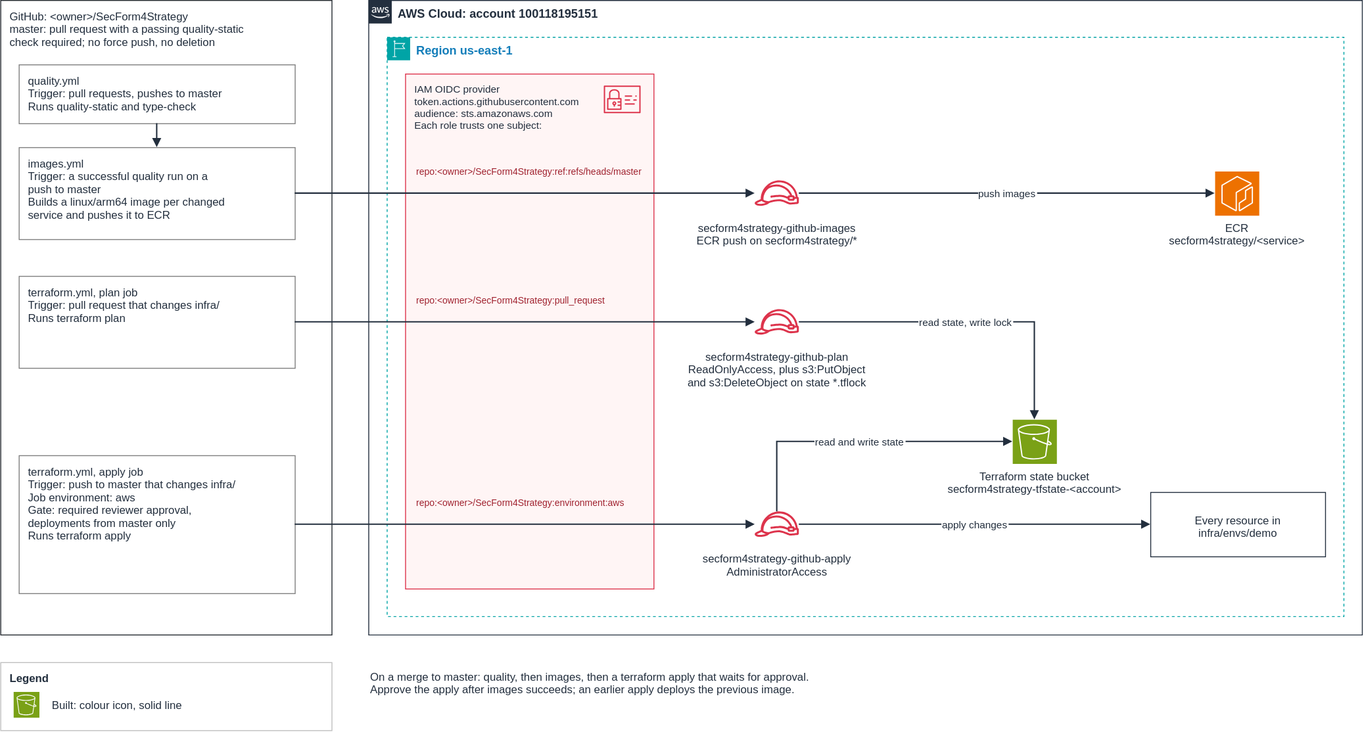
Earlier version of the draw.io export docs/diagrams/aws-ci-cd.drawio.svg (josemita87/SecForm4Strategy). Source tidied: cells renumbered, new cells last; positions are measured from the earlier drawing's top-left corner, leaving out a move shared by most shapes. Its diagram source:
```xml
<mxGraphModel background="#ffffff">
  <root>
    <mxCell id="0" />
    <mxCell id="1" parent="0" />
    <mxCell id="2" value="GitHub: &lt;owner&gt;/SecForm4Strategy&#10;master: pull request with a passing quality-static&#10;check required; no force push, no deletion" style="rounded=0;arcSize=6;html=0;fillColor=none;strokeColor=#24292F;fontColor=#232F3E;fontSize=12;fontStyle=0;verticalAlign=top;align=left;spacingLeft=8;spacingTop=4;spacingRight=8;" parent="1" vertex="1">
      <mxGeometry width="360" height="690" as="geometry" />
    </mxCell>
    <mxCell id="3" value="images.yml&#10;Trigger: a successful quality run on a&#10;push to master&#10;Builds a linux/arm64 image per changed&#10;service and pushes it to ECR" style="rounded=0;arcSize=6;html=0;fillColor=#FFFFFF;strokeColor=#7F7F7F;fontColor=#232F3E;fontSize=12;fontStyle=0;verticalAlign=top;align=left;spacingLeft=8;spacingTop=4;spacingRight=8;" parent="1" vertex="1">
      <mxGeometry x="20" y="160" width="300" height="100" as="geometry" />
    </mxCell>
    <mxCell id="4" value="terraform.yml, plan job&#10;Trigger: pull request that changes infra/&#10;Runs terraform plan" style="rounded=0;arcSize=6;html=0;fillColor=#FFFFFF;strokeColor=#7F7F7F;fontColor=#232F3E;fontSize=12;fontStyle=0;verticalAlign=top;align=left;spacingLeft=8;spacingTop=4;spacingRight=8;" parent="1" vertex="1">
      <mxGeometry x="20" y="300" width="300" height="100" as="geometry" />
    </mxCell>
    <mxCell id="5" value="terraform.yml, apply job&#10;Trigger: push to master that changes infra/&#10;Job environment: aws&#10;Gate: required reviewer approval,&#10;deployments from master only&#10;Runs terraform apply" style="rounded=0;arcSize=6;html=0;fillColor=#FFFFFF;strokeColor=#7F7F7F;fontColor=#232F3E;fontSize=12;fontStyle=0;verticalAlign=top;align=left;spacingLeft=8;spacingTop=4;spacingRight=8;" parent="1" vertex="1">
      <mxGeometry x="20" y="495" width="300" height="150" as="geometry" />
    </mxCell>
    <mxCell id="6" value="AWS Cloud: account 100118195151" style="gradientColor=none;html=0;fontSize=13;fontStyle=1;shape=mxgraph.aws4.group;verticalAlign=top;align=left;spacingLeft=30;grIcon=mxgraph.aws4.group_aws_cloud_alt;strokeColor=#232F3E;fillColor=none;fontColor=#232F3E;dashed=0;" parent="1" vertex="1">
      <mxGeometry x="400" width="1080" height="690" as="geometry" />
    </mxCell>
    <mxCell id="7" value="Region us-east-1" style="gradientColor=none;html=0;fontSize=13;fontStyle=1;shape=mxgraph.aws4.group;verticalAlign=top;align=left;spacingLeft=30;grIcon=mxgraph.aws4.group_region;strokeColor=#00A4A6;fillColor=none;fontColor=#147EBA;dashed=1;" parent="1" vertex="1">
      <mxGeometry x="420" y="40" width="1040" height="630" as="geometry" />
    </mxCell>
    <mxCell id="8" value="IAM OIDC provider&#10;token.actions.githubusercontent.com&#10;audience: sts.amazonaws.com&#10;Each role trusts one subject:" style="rounded=0;arcSize=6;html=0;fillColor=#FFF5F5;strokeColor=#DD344C;fontColor=#232F3E;fontSize=11;fontStyle=0;verticalAlign=top;align=left;spacingLeft=8;spacingTop=4;spacingRight=8;" parent="1" vertex="1">
      <mxGeometry x="440" y="80" width="270" height="560" as="geometry" />
    </mxCell>
    <mxCell id="9" style="fontColor=#232F3E;gradientColor=none;fillColor=#DD344C;strokeColor=none;dashed=0;verticalLabelPosition=bottom;verticalAlign=top;align=center;html=0;fontSize=12;fontStyle=0;shape=mxgraph.aws4.identity_and_access_management;" parent="1" vertex="1">
      <mxGeometry x="656" y="88" width="40" height="40" as="geometry" />
    </mxCell>
    <mxCell id="10" value="secform4strategy-github-images&#10;ECR push on secform4strategy/*" style="outlineConnect=0;fontColor=#232F3E;gradientColor=none;fillColor=#DD344C;strokeColor=none;dashed=0;verticalLabelPosition=bottom;verticalAlign=top;align=center;html=0;fontSize=12;fontStyle=0;shape=mxgraph.aws4.role;" parent="1" vertex="1">
      <mxGeometry x="820" y="186" width="48" height="48" as="geometry" />
    </mxCell>
    <mxCell id="11" value="secform4strategy-github-plan&#10;ReadOnlyAccess, plus s3:PutObject&#10;and s3:DeleteObject on state *.tflock" style="outlineConnect=0;fontColor=#232F3E;gradientColor=none;fillColor=#DD344C;strokeColor=none;dashed=0;verticalLabelPosition=bottom;verticalAlign=top;align=center;html=0;fontSize=12;fontStyle=0;shape=mxgraph.aws4.role;" parent="1" vertex="1">
      <mxGeometry x="820" y="326" width="48" height="48" as="geometry" />
    </mxCell>
    <mxCell id="12" value="secform4strategy-github-apply&#10;AdministratorAccess" style="outlineConnect=0;fontColor=#232F3E;gradientColor=none;fillColor=#DD344C;strokeColor=none;dashed=0;verticalLabelPosition=bottom;verticalAlign=top;align=center;html=0;fontSize=12;fontStyle=0;shape=mxgraph.aws4.role;" parent="1" vertex="1">
      <mxGeometry x="820" y="546" width="48" height="48" as="geometry" />
    </mxCell>
    <mxCell id="13" style="edgeStyle=orthogonalEdgeStyle;rounded=0;html=0;endArrow=block;endFill=1;strokeWidth=1.5;strokeColor=#232F3E;fontColor=#232F3E;fontSize=11;labelBackgroundColor=#ffffff;exitX=1;exitY=0.5;exitDx=0;exitDy=0;entryX=0;entryY=0.5;entryDx=0;entryDy=0;" parent="1" edge="1" source="3" target="10">
      <mxGeometry relative="1" as="geometry" />
    </mxCell>
    <mxCell id="14" value="repo:&lt;owner&gt;/SecForm4Strategy:ref:refs/heads/master" style="text;html=0;strokeColor=none;fillColor=none;align=left;verticalAlign=middle;fontSize=10;fontColor=#A0222F;fontStyle=0;" parent="1" vertex="1">
      <mxGeometry x="450" y="168" width="250" height="36" as="geometry" />
    </mxCell>
    <mxCell id="15" style="edgeStyle=orthogonalEdgeStyle;rounded=0;html=0;endArrow=block;endFill=1;strokeWidth=1.5;strokeColor=#232F3E;fontColor=#232F3E;fontSize=11;labelBackgroundColor=#ffffff;exitX=1;exitY=0.5;exitDx=0;exitDy=0;entryX=0;entryY=0.5;entryDx=0;entryDy=0;" parent="1" edge="1" source="4" target="11">
      <mxGeometry relative="1" as="geometry" />
    </mxCell>
    <mxCell id="16" value="repo:&lt;owner&gt;/SecForm4Strategy:pull_request" style="text;html=0;strokeColor=none;fillColor=none;align=left;verticalAlign=middle;fontSize=10;fontColor=#A0222F;fontStyle=0;" parent="1" vertex="1">
      <mxGeometry x="450" y="308" width="250" height="36" as="geometry" />
    </mxCell>
    <mxCell id="17" style="edgeStyle=orthogonalEdgeStyle;rounded=0;html=0;endArrow=block;endFill=1;strokeWidth=1.5;strokeColor=#232F3E;fontColor=#232F3E;fontSize=11;labelBackgroundColor=#ffffff;exitX=1;exitY=0.5;exitDx=0;exitDy=0;entryX=0;entryY=0.5;entryDx=0;entryDy=0;" parent="1" edge="1" source="5" target="12">
      <mxGeometry relative="1" as="geometry" />
    </mxCell>
    <mxCell id="18" value="repo:&lt;owner&gt;/SecForm4Strategy:environment:aws" style="text;html=0;strokeColor=none;fillColor=none;align=left;verticalAlign=middle;fontSize=10;fontColor=#A0222F;fontStyle=0;" parent="1" vertex="1">
      <mxGeometry x="450" y="528" width="250" height="36" as="geometry" />
    </mxCell>
    <mxCell id="19" value="ECR&#10;secform4strategy/&lt;service&gt;" style="points=[[0,0,0],[0.25,0,0],[0.5,0,0],[0.75,0,0],[1,0,0],[0,1,0],[0.25,1,0],[0.5,1,0],[0.75,1,0],[1,1,0],[0,0.25,0],[0,0.5,0],[0,0.75,0],[1,0.25,0],[1,0.5,0],[1,0.75,0]];outlineConnect=0;fontColor=#232F3E;fillColor=#ED7100;strokeColor=#ffffff;dashed=0;verticalLabelPosition=bottom;verticalAlign=top;align=center;html=0;fontSize=12;fontStyle=0;shape=mxgraph.aws4.resourceIcon;resIcon=mxgraph.aws4.ecr;" parent="1" vertex="1">
      <mxGeometry x="1320" y="186" width="48" height="48" as="geometry" />
    </mxCell>
    <mxCell id="20" value="Terraform state bucket&#10;secform4strategy-tfstate-&lt;account&gt;" style="points=[[0,0,0],[0.25,0,0],[0.5,0,0],[0.75,0,0],[1,0,0],[0,1,0],[0.25,1,0],[0.5,1,0],[0.75,1,0],[1,1,0],[0,0.25,0],[0,0.5,0],[0,0.75,0],[1,0.25,0],[1,0.5,0],[1,0.75,0]];outlineConnect=0;fontColor=#232F3E;fillColor=#7AA116;strokeColor=#ffffff;dashed=0;verticalLabelPosition=bottom;verticalAlign=top;align=center;html=0;fontSize=12;fontStyle=0;shape=mxgraph.aws4.resourceIcon;resIcon=mxgraph.aws4.s3;" parent="1" vertex="1">
      <mxGeometry x="1100" y="456" width="48" height="48" as="geometry" />
    </mxCell>
    <mxCell id="21" value="Every resource in&#10;infra/envs/demo" style="rounded=0;arcSize=6;html=0;fillColor=none;strokeColor=#232F3E;fontColor=#232F3E;fontSize=12;fontStyle=0;verticalAlign=middle;align=center;spacingLeft=8;spacingTop=4;spacingRight=8;" parent="1" vertex="1">
      <mxGeometry x="1250" y="535" width="190" height="70" as="geometry" />
    </mxCell>
    <mxCell id="22" value="push images" style="edgeStyle=orthogonalEdgeStyle;rounded=0;html=0;endArrow=block;endFill=1;strokeWidth=1.5;strokeColor=#232F3E;fontColor=#232F3E;fontSize=11;labelBackgroundColor=#ffffff;exitX=1;exitY=0.5;exitDx=0;exitDy=0;entryX=0;entryY=0.5;entryDx=0;entryDy=0;" parent="1" edge="1" source="10" target="19">
      <mxGeometry relative="1" as="geometry" />
    </mxCell>
    <mxCell id="23" value="read state, write lock" style="edgeStyle=orthogonalEdgeStyle;rounded=0;html=0;endArrow=block;endFill=1;strokeWidth=1.5;strokeColor=#232F3E;fontColor=#232F3E;fontSize=11;labelBackgroundColor=#ffffff;exitX=1;exitY=0.5;exitDx=0;exitDy=0;entryX=0.5;entryY=0;entryDx=0;entryDy=0;" parent="1" edge="1" source="11" target="20">
      <mxGeometry relative="1" as="geometry" />
    </mxCell>
    <mxCell id="24" value="read and write state" style="edgeStyle=orthogonalEdgeStyle;rounded=0;html=0;endArrow=block;endFill=1;strokeWidth=1.5;strokeColor=#232F3E;fontColor=#232F3E;fontSize=11;labelBackgroundColor=#ffffff;exitX=0.5;exitY=0;exitDx=0;exitDy=0;entryX=0;entryY=0.5;entryDx=0;entryDy=0;" parent="1" edge="1" source="12" target="20">
      <mxGeometry relative="1" as="geometry" />
    </mxCell>
    <mxCell id="25" value="apply changes" style="edgeStyle=orthogonalEdgeStyle;rounded=0;html=0;endArrow=block;endFill=1;strokeWidth=1.5;strokeColor=#232F3E;fontColor=#232F3E;fontSize=11;labelBackgroundColor=#ffffff;exitX=1;exitY=0.5;exitDx=0;exitDy=0;entryX=0;entryY=0.5;entryDx=0;entryDy=0;" parent="1" edge="1" source="12" target="21">
      <mxGeometry relative="1" as="geometry" />
    </mxCell>
    <mxCell id="26" value="Legend" style="rounded=0;arcSize=6;html=0;fillColor=#FFFFFF;strokeColor=#BFBFBF;fontColor=#232F3E;fontSize=12;fontStyle=1;verticalAlign=top;align=left;spacingLeft=8;spacingTop=4;spacingRight=8;" parent="1" vertex="1">
      <mxGeometry y="720" width="360" height="74" as="geometry" />
    </mxCell>
    <mxCell id="27" style="fontColor=#232F3E;fillColor=#7AA116;strokeColor=#ffffff;dashed=0;verticalLabelPosition=bottom;verticalAlign=top;align=center;html=0;fontSize=12;fontStyle=0;shape=mxgraph.aws4.resourceIcon;resIcon=mxgraph.aws4.s3;" parent="1" vertex="1">
      <mxGeometry x="14" y="752" width="28" height="28" as="geometry" />
    </mxCell>
    <mxCell id="28" value="Built: colour icon, solid line" style="text;html=0;strokeColor=none;fillColor=none;align=left;verticalAlign=middle;fontSize=12;fontColor=#232F3E;fontStyle=0;" parent="1" vertex="1">
      <mxGeometry x="54" y="752" width="300" height="28" as="geometry" />
    </mxCell>
    <mxCell id="29" value="On a merge to master: quality, then images, then a terraform apply that waits for approval.&#10;Approve the apply after images succeeds; an earlier apply deploys the previous image." style="text;html=0;strokeColor=none;fillColor=none;align=left;verticalAlign=middle;fontSize=12;fontColor=#232F3E;fontStyle=0;" parent="1" vertex="1">
      <mxGeometry x="400" y="720" width="760" height="44" as="geometry" />
    </mxCell>
    <mxCell id="30" value="quality.yml&#10;Trigger: pull requests, pushes to master&#10;Runs quality-static and type-check" style="rounded=0;arcSize=6;html=0;fillColor=#FFFFFF;strokeColor=#7F7F7F;fontColor=#232F3E;fontSize=12;fontStyle=0;verticalAlign=top;align=left;spacingLeft=8;spacingTop=4;spacingRight=8;" parent="1" vertex="1">
      <mxGeometry x="20" y="70" width="300" height="64" as="geometry" />
    </mxCell>
    <mxCell id="31" style="edgeStyle=orthogonalEdgeStyle;rounded=0;html=0;endArrow=block;endFill=1;strokeWidth=1.5;strokeColor=#232F3E;fontColor=#232F3E;fontSize=11;labelBackgroundColor=#ffffff;exitX=0.5;exitY=1;exitDx=0;exitDy=0;entryX=0.5;entryY=0;entryDx=0;entryDy=0;" parent="1" edge="1" source="30" target="3">
      <mxGeometry relative="1" as="geometry" />
    </mxCell>
  </root>
</mxGraphModel>
```
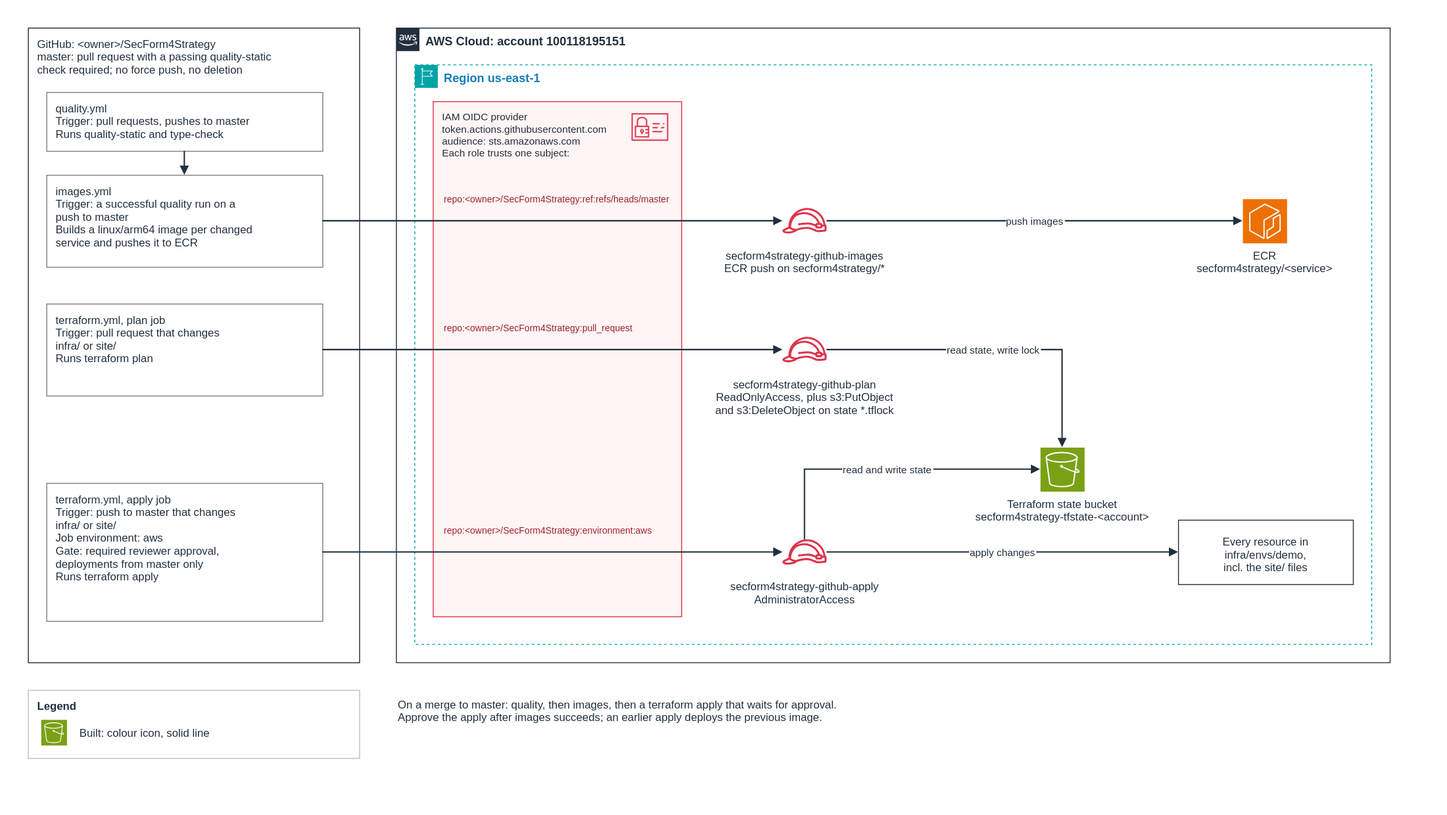
Later version of the same file.

Change to the diagram source:
```diff
@@ -8,10 +8,10 @@
     <mxCell id="3" value="images.yml&#10;Trigger: a successful quality run on a&#10;push to master&#10;Builds a linux/arm64 image per changed&#10;service and pushes it to ECR" style="rounded=0;arcSize=6;html=0;fillColor=#FFFFFF;strokeColor=#7F7F7F;fontColor=#232F3E;fontSize=12;fontStyle=0;verticalAlign=top;align=left;spacingLeft=8;spacingTop=4;spacingRight=8;" parent="1" vertex="1">
       <mxGeometry x="20" y="160" width="300" height="100" as="geometry" />
     </mxCell>
-    <mxCell id="4" value="terraform.yml, plan job&#10;Trigger: pull request that changes infra/&#10;Runs terraform plan" style="rounded=0;arcSize=6;html=0;fillColor=#FFFFFF;strokeColor=#7F7F7F;fontColor=#232F3E;fontSize=12;fontStyle=0;verticalAlign=top;align=left;spacingLeft=8;spacingTop=4;spacingRight=8;" parent="1" vertex="1">
+    <mxCell id="4" value="terraform.yml, plan job&#10;Trigger: pull request that changes&#10;infra/ or site/&#10;Runs terraform plan" style="rounded=0;arcSize=6;html=0;fillColor=#FFFFFF;strokeColor=#7F7F7F;fontColor=#232F3E;fontSize=12;fontStyle=0;verticalAlign=top;align=left;spacingLeft=8;spacingTop=4;spacingRight=8;" parent="1" vertex="1">
       <mxGeometry x="20" y="300" width="300" height="100" as="geometry" />
     </mxCell>
-    <mxCell id="5" value="terraform.yml, apply job&#10;Trigger: push to master that changes infra/&#10;Job environment: aws&#10;Gate: required reviewer approval,&#10;deployments from master only&#10;Runs terraform apply" style="rounded=0;arcSize=6;html=0;fillColor=#FFFFFF;strokeColor=#7F7F7F;fontColor=#232F3E;fontSize=12;fontStyle=0;verticalAlign=top;align=left;spacingLeft=8;spacingTop=4;spacingRight=8;" parent="1" vertex="1">
+    <mxCell id="5" value="terraform.yml, apply job&#10;Trigger: push to master that changes&#10;infra/ or site/&#10;Job environment: aws&#10;Gate: required reviewer approval,&#10;deployments from master only&#10;Runs terraform apply" style="rounded=0;arcSize=6;html=0;fillColor=#FFFFFF;strokeColor=#7F7F7F;fontColor=#232F3E;fontSize=12;fontStyle=0;verticalAlign=top;align=left;spacingLeft=8;spacingTop=4;spacingRight=8;" parent="1" vertex="1">
       <mxGeometry x="20" y="495" width="300" height="150" as="geometry" />
     </mxCell>
     <mxCell id="6" value="AWS Cloud: account 100118195151" style="gradientColor=none;html=0;fontSize=13;fontStyle=1;shape=mxgraph.aws4.group;verticalAlign=top;align=left;spacingLeft=30;grIcon=mxgraph.aws4.group_aws_cloud_alt;strokeColor=#232F3E;fillColor=none;fontColor=#232F3E;dashed=0;" parent="1" vertex="1">
@@ -59,7 +59,7 @@
     <mxCell id="20" value="Terraform state bucket&#10;secform4strategy-tfstate-&lt;account&gt;" style="points=[[0,0,0],[0.25,0,0],[0.5,0,0],[0.75,0,0],[1,0,0],[0,1,0],[0.25,1,0],[0.5,1,0],[0.75,1,0],[1,1,0],[0,0.25,0],[0,0.5,0],[0,0.75,0],[1,0.25,0],[1,0.5,0],[1,0.75,0]];outlineConnect=0;fontColor=#232F3E;fillColor=#7AA116;strokeColor=#ffffff;dashed=0;verticalLabelPosition=bottom;verticalAlign=top;align=center;html=0;fontSize=12;fontStyle=0;shape=mxgraph.aws4.resourceIcon;resIcon=mxgraph.aws4.s3;" parent="1" vertex="1">
       <mxGeometry x="1100" y="456" width="48" height="48" as="geometry" />
     </mxCell>
-    <mxCell id="21" value="Every resource in&#10;infra/envs/demo" style="rounded=0;arcSize=6;html=0;fillColor=none;strokeColor=#232F3E;fontColor=#232F3E;fontSize=12;fontStyle=0;verticalAlign=middle;align=center;spacingLeft=8;spacingTop=4;spacingRight=8;" parent="1" vertex="1">
+    <mxCell id="21" value="Every resource in&#10;infra/envs/demo,&#10;incl. the site/ files" style="rounded=0;arcSize=6;html=0;fillColor=none;strokeColor=#232F3E;fontColor=#232F3E;fontSize=12;fontStyle=0;verticalAlign=middle;align=center;spacingLeft=8;spacingTop=4;spacingRight=8;" parent="1" vertex="1">
       <mxGeometry x="1250" y="535" width="190" height="70" as="geometry" />
     </mxCell>
     <mxCell id="22" value="push images" style="edgeStyle=orthogonalEdgeStyle;rounded=0;html=0;endArrow=block;endFill=1;strokeWidth=1.5;strokeColor=#232F3E;fontColor=#232F3E;fontSize=11;labelBackgroundColor=#ffffff;exitX=1;exitY=0.5;exitDx=0;exitDy=0;entryX=0;entryY=0.5;entryDx=0;entryDy=0;" parent="1" edge="1" source="10" target="19">
```
